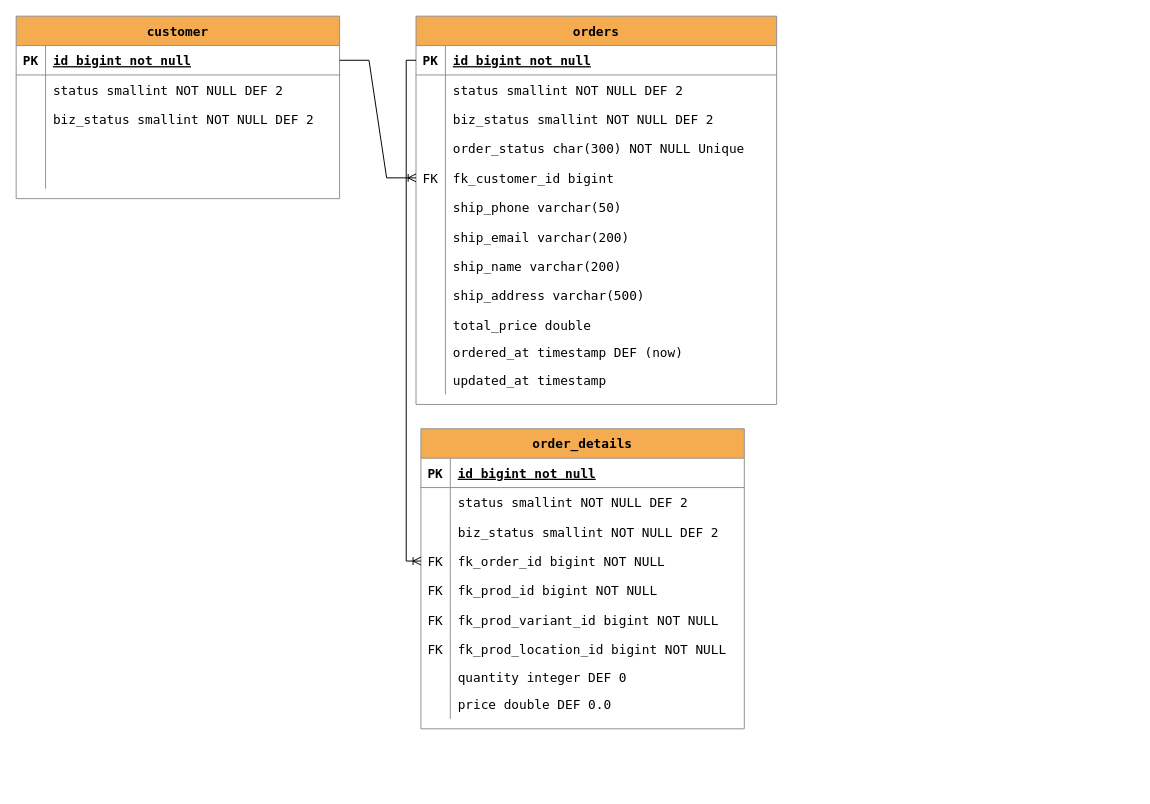
This is page "SaleOrder" (5 of 6) of documentation/ERD.drawio from khinemyaezin/coolstuff-ecommerce-v3.0-repository, a draw.io file, before an edit. Source tidied: cells renumbered, new cells numbered last; positions are measured from the earlier drawing's top-left corner, leaving out a move shared by most shapes. Both pictures are drawn from the tidied source at 98%, with x=0, y=0 at pixel (16, 16).
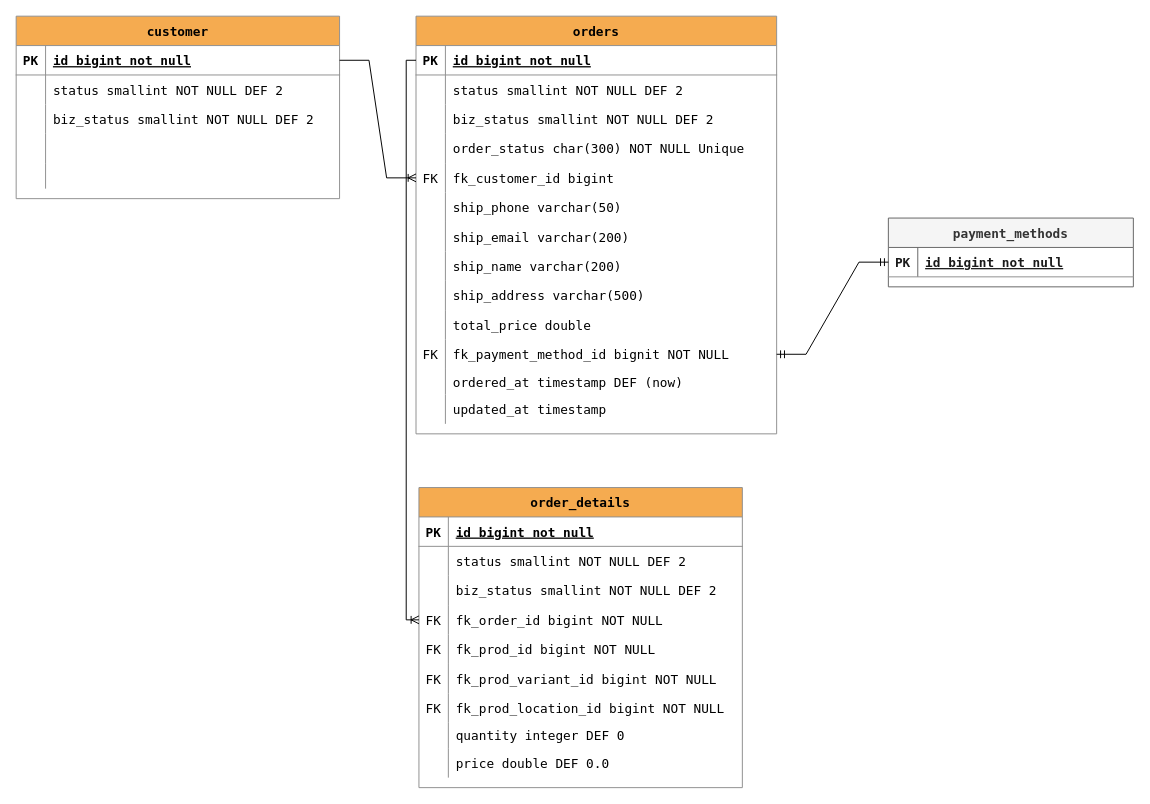
Above is the later version.

Diff of the diagram source:
```diff
@@
     <mxCell id="2" value="orders" style="shape=table;startSize=30;childLayout=tableLayout;rowLines=0;fontStyle=1;align=center;fontFamily=Lucida Console;fontSize=13;fillColor=#F5AB50;strokeColor=#909090;fontColor=default;rounded=0;" parent="1" vertex="1">
-      <mxGeometry x="408" width="368" height="396.2" as="geometry" />
+      <mxGeometry x="408" width="368" height="426.2" as="geometry" />
     </mxCell>
@@
+    <mxCell id="85" style="shape=tableRow;horizontal=0;startSize=0;swimlaneHead=0;swimlaneBody=0;fillColor=none;points=[[0,0.5],[1,0.5]];portConstraint=eastwest;top=0;left=0;right=0;bottom=0;fontSize=13;fontFamily=Lucida Console;" parent="2" vertex="1">
+      <mxGeometry y="330" width="368" height="30" as="geometry" />
+    </mxCell>
+    <mxCell id="86" value="FK" style="shape=partialRectangle;fillColor=none;top=0;left=0;bottom=0;right=0;overflow=hidden;fontSize=13;fontFamily=Lucida Console;" parent="85" vertex="1">
+      <mxGeometry width="30" height="30" as="geometry" />
+    </mxCell>
+    <mxCell id="87" value="fk_payment_method_id bignit NOT NULL" style="shape=partialRectangle;fillColor=none;top=0;left=0;bottom=0;right=0;align=left;spacingLeft=6;overflow=hidden;fontSize=13;fontFamily=Lucida Console;" parent="85" vertex="1">
+      <mxGeometry x="30" width="338" height="30" as="geometry" />
+    </mxCell>
     <mxCell id="33" style="shape=tableRow;horizontal=0;startSize=0;swimlaneHead=0;swimlaneBody=0;fillColor=none;top=0;left=0;right=0;bottom=0;fontFamily=Lucida Console;fontSize=13;strokeColor=#909090;fontColor=default;rounded=0;" parent="2" vertex="1">
-      <mxGeometry y="330" width="368" height="26" as="geometry" />
+      <mxGeometry y="360" width="368" height="26" as="geometry" />
     </mxCell>
@@
     <mxCell id="36" style="shape=tableRow;horizontal=0;startSize=0;swimlaneHead=0;swimlaneBody=0;fillColor=none;top=0;left=0;right=0;bottom=0;fontFamily=Lucida Console;fontSize=13;strokeColor=#909090;fontColor=default;rounded=0;" parent="2" vertex="1">
-      <mxGeometry y="356" width="368" height="30" as="geometry" />
+      <mxGeometry y="386" width="368" height="30" as="geometry" />
     </mxCell>
@@
     <mxCell id="39" value="order_details" style="shape=table;startSize=30;childLayout=tableLayout;rowLines=0;fontStyle=1;align=center;fontFamily=Lucida Console;fontSize=13;fillColor=#F5AB50;strokeColor=#909090;fontColor=default;rounded=0;" parent="1" vertex="1">
-      <mxGeometry x="413" y="421" width="330" height="306.2" as="geometry" />
+      <mxGeometry x="411" y="481" width="330" height="306.2" as="geometry" />
     </mxCell>
@@
+    <mxCell id="88" value="payment_methods" style="shape=table;startSize=30;childLayout=tableLayout;rowLines=0;fontStyle=1;align=center;fontFamily=Lucida Console;fontSize=13;fillColor=#f5f5f5;strokeColor=#666666;fontColor=#333333;" parent="1" vertex="1">
+      <mxGeometry x="890" y="206" width="250" height="70.2" as="geometry" />
+    </mxCell>
+    <mxCell id="89" style="shape=partialRectangle;fillColor=none;points=[[0,0.5],[1,0.5]];portConstraint=eastwest;top=0;left=0;right=0;bottom=1;fontFamily=Lucida Console;fontSize=13;strokeColor=#909090;fontColor=#1A1A1A;" parent="88" vertex="1">
+      <mxGeometry y="30" width="250" height="30" as="geometry" />
+    </mxCell>
+    <mxCell id="90" value="PK" style="shape=partialRectangle;overflow=hidden;fillColor=none;top=0;left=0;bottom=0;right=0;fontStyle=1;fontFamily=Lucida Console;fontSize=13;strokeColor=#909090;fontColor=#1A1A1A;" parent="89" vertex="1">
+      <mxGeometry width="30" height="30" as="geometry" />
+    </mxCell>
+    <mxCell id="91" value="id bigint not null" style="shape=partialRectangle;overflow=hidden;fillColor=none;top=0;left=0;bottom=0;right=0;align=left;spacingLeft=6;fontStyle=5;fontFamily=Lucida Console;fontSize=13;strokeColor=#909090;fontColor=#1A1A1A;" parent="89" vertex="1">
+      <mxGeometry x="30" width="220" height="30" as="geometry" />
+    </mxCell>
+    <mxCell id="92" style="edgeStyle=entityRelationEdgeStyle;fontSize=12;html=1;endArrow=ERmandOne;startArrow=ERmandOne;rounded=0;fontFamily=Lucida Console;exitX=1;exitY=0.5;exitDx=0;exitDy=0;entryX=0;entryY=0.5;entryDx=0;entryDy=0;" parent="1" edge="1" source="85" target="89">
+      <mxGeometry relative="1" as="geometry" />
+    </mxCell>
```
